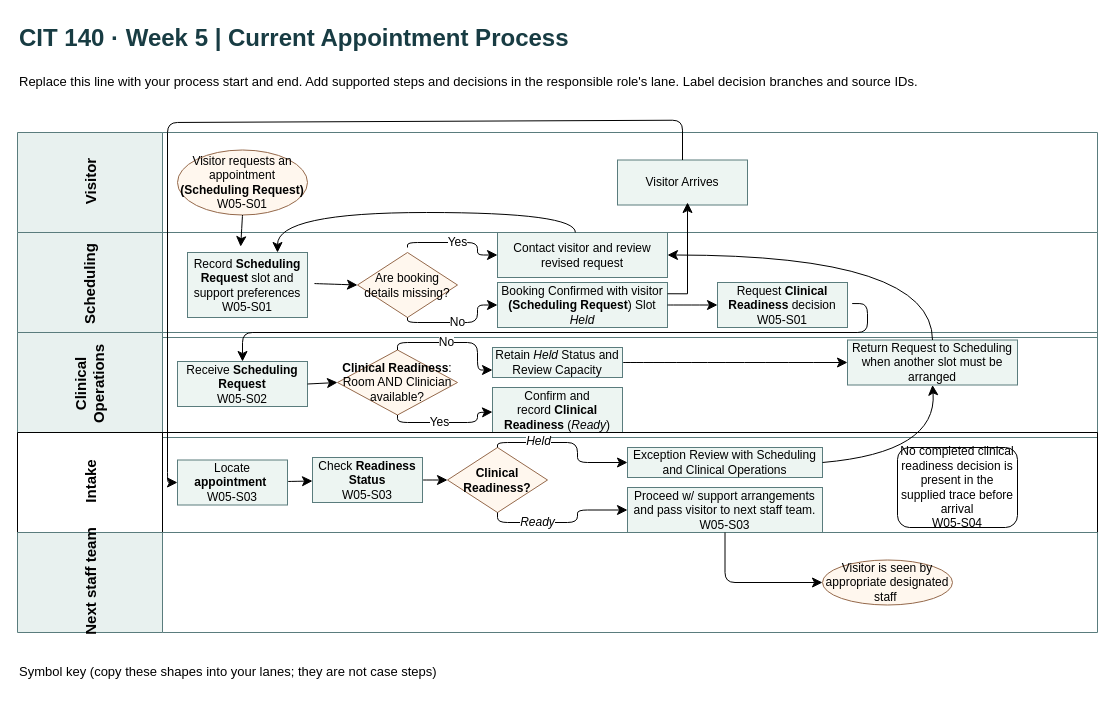
Earlier version of the draw.io diagram page "Current Process" (1 of 2) of Weeks/Week5/Artifact/Trujillo_Abraham_CIT140_Week05_As_Is_Process_Model.drawio (atrujillo6801-ai/CIT140__AbrahamTrujillo). Source tidied: cells renumbered, new cells numbered last; positions are measured from the earlier drawing's top-left corner, leaving out a move shared by most shapes. Both pictures are drawn from the tidied source at 100%, with x=0, y=0 at pixel (17, 17).
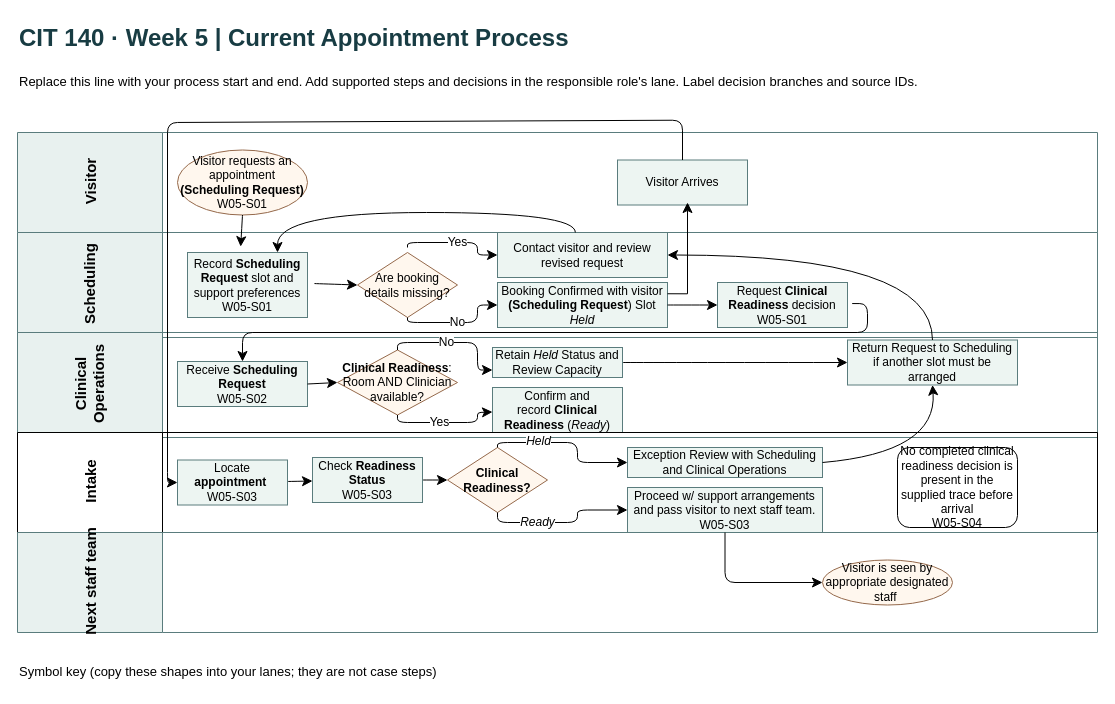
The same page after the edit.

Unchanged cells that the change refers to:
```xml
<mxCell id="18" value="Clinical&lt;br&gt;Operations" style="swimlane;horizontal=0;startSize=145;html=1;fillColor=#e8f1ef;strokeColor=#5a7c7d;fontSize=15;fontStyle=1;" parent="1" vertex="1">
  <mxGeometry y="315" width="1080" height="105" as="geometry" />
</mxCell>
```

What changed in the source:
```diff
@@
-    <mxCell id="23" value="Return Request to Scheduling when another slot must be arranged" style="rounded=0;whiteSpace=wrap;html=1;fillColor=#edf5f2;strokeColor=#5a7c7d;" parent="18" vertex="1">
+    <mxCell id="23" value="Return Request to Scheduling if another slot must be arranged" style="rounded=0;whiteSpace=wrap;html=1;fillColor=#edf5f2;strokeColor=#5a7c7d;" parent="18" vertex="1">
       <mxGeometry x="830" y="7.5" width="170" height="45" as="geometry" />
     </mxCell>
```
